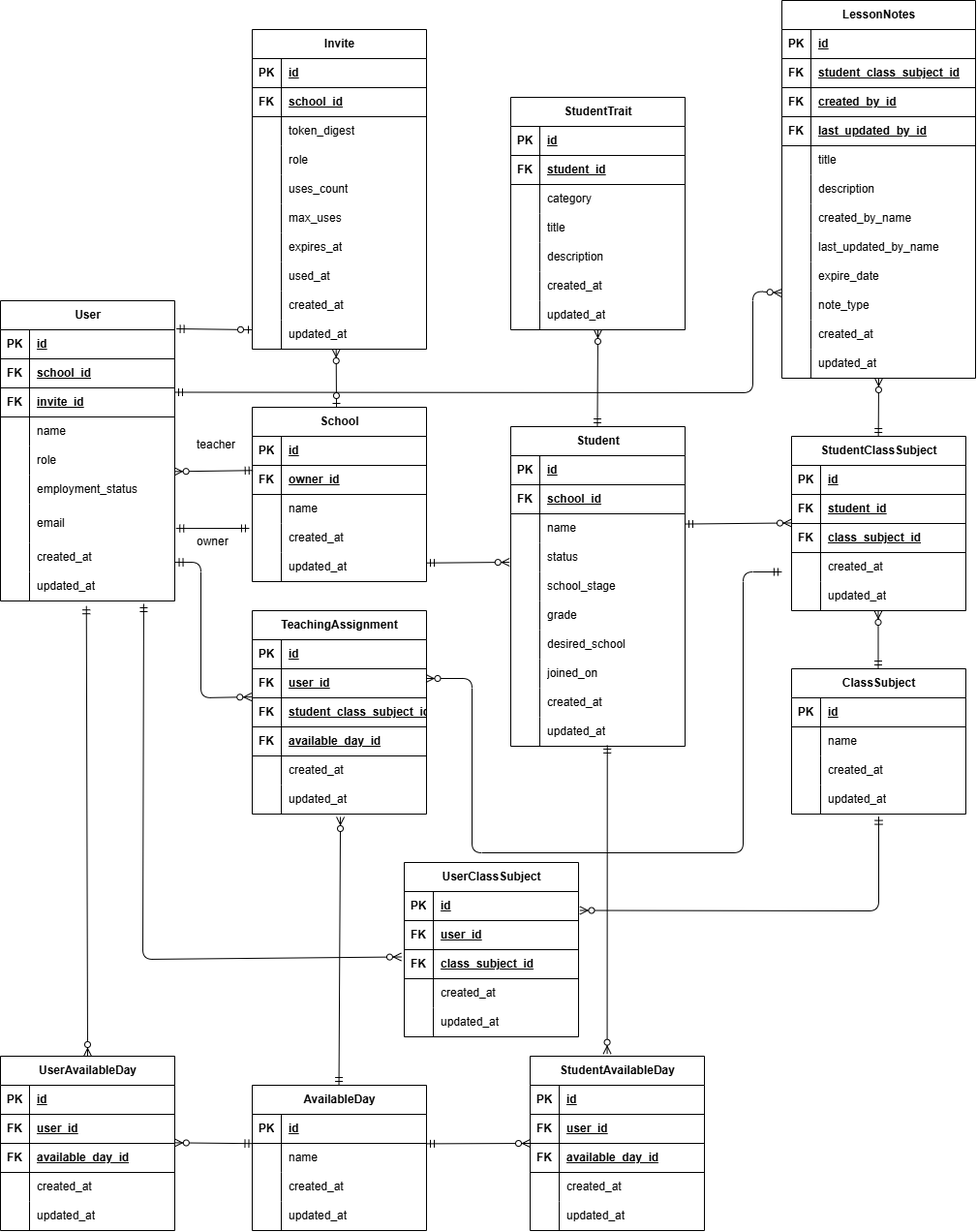
Taira0222/juku-cloud keeps this draw.io diagram as assets/ER.png. Above is the earlier version. Source tidied: cells renumbered, new cells last; positions are measured from the earlier drawing's top-left corner, leaving out a move shared by most shapes.
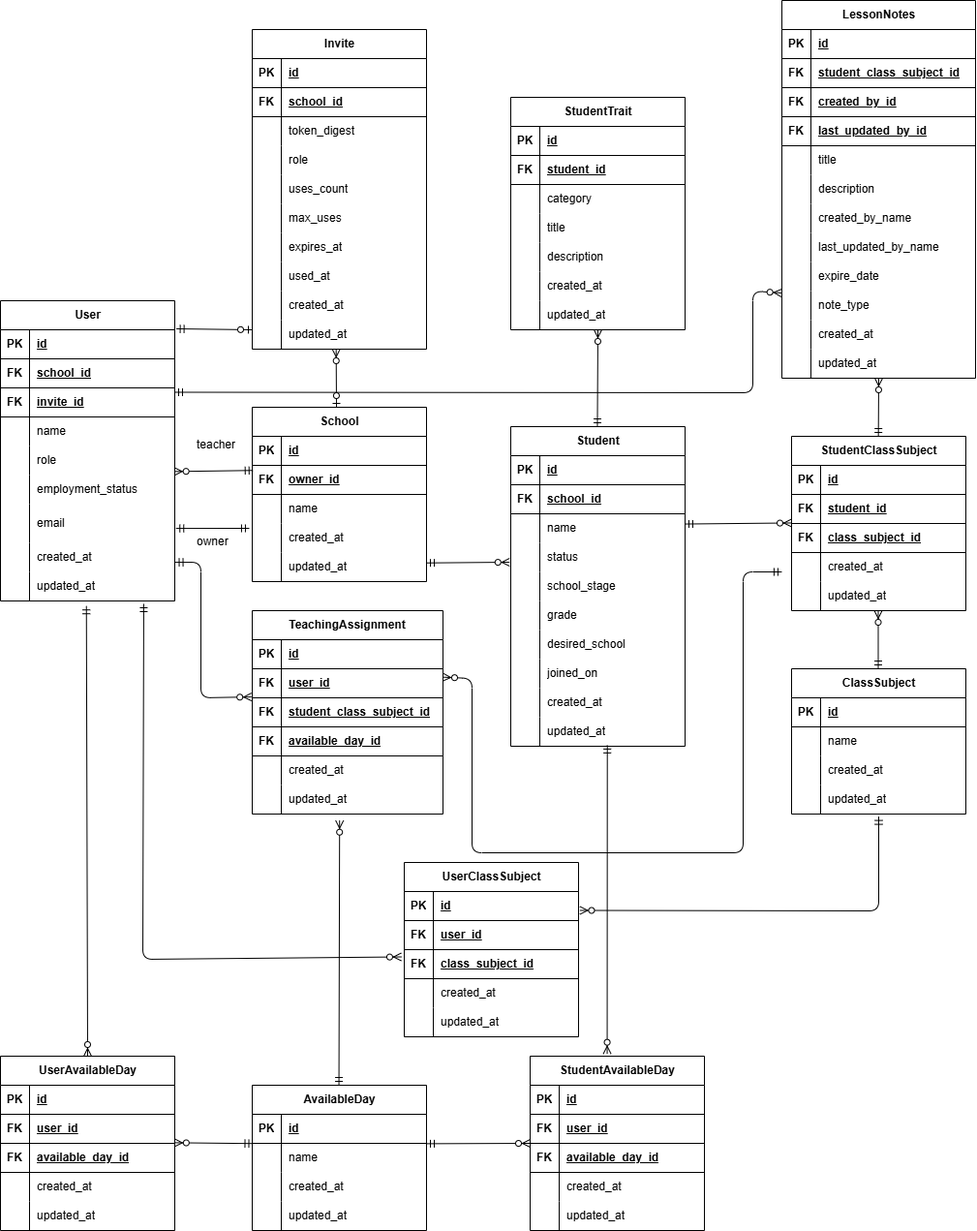
Above is the later version.

Commit message:
技術スタックの作成

What changed in the source:
```diff
@@ -94,9 +94,8 @@
         </Array>
       </mxGeometry>
     </mxCell>
-    <mxCell id="31" style="fontSize=12;html=1;endArrow=ERzeroToMany;startArrow=ERmandOne;entryX=0.997;entryY=0.297;entryDx=0;entryDy=0;entryPerimeter=0;exitX=-0.056;exitY=0.667;exitDx=0;exitDy=0;exitPerimeter=0;" parent="1" edge="1" source="202">
+    <mxCell id="31" style="fontSize=12;html=1;endArrow=ERzeroToMany;startArrow=ERmandOne;entryX=1;entryY=0.289;entryDx=0;entryDy=0;entryPerimeter=0;exitX=-0.056;exitY=0.667;exitDx=0;exitDy=0;exitPerimeter=0;" parent="1" edge="1" source="202" target="145">
       <mxGeometry relative="1" as="geometry">
-        <mxPoint x="439.5" y="700" as="targetPoint" />
         <Array as="points">
           <mxPoint x="767" y="590" />
           <mxPoint x="767" y="880" />
@@ -444,61 +443,61 @@
       <mxGeometry x="197" y="445" width="50" height="30" as="geometry" />
     </mxCell>
     <mxCell id="141" value="&lt;span style=&quot;color: rgb(0, 0, 0);&quot;&gt;TeachingAssignment&lt;/span&gt;" style="shape=table;startSize=30;rowLines=0;fontStyle=1;align=center;html=1;" parent="1" vertex="1">
-      <mxGeometry x="260" y="630" width="180" height="210" as="geometry" />
+      <mxGeometry x="260" y="630" width="197" height="210" as="geometry" />
     </mxCell>
     <mxCell id="142" style="shape=tableRow;horizontal=0;startSize=0;swimlaneHead=0;swimlaneBody=0;fillColor=none;top=0;left=0;right=0;bottom=1;" parent="141" vertex="1">
-      <mxGeometry y="30" width="180" height="30" as="geometry" />
+      <mxGeometry y="30" width="197" height="30" as="geometry" />
     </mxCell>
     <mxCell id="143" value="PK" style="shape=partialRectangle;fillColor=none;top=0;left=0;bottom=0;right=0;fontStyle=1;overflow=hidden;whiteSpace=wrap;html=1;" parent="142" vertex="1">
       <mxGeometry width="30" height="30" as="geometry" />
     </mxCell>
     <mxCell id="144" value="id" style="shape=partialRectangle;fillColor=none;top=0;left=0;bottom=0;right=0;align=left;spacingLeft=6;fontStyle=5;overflow=hidden;whiteSpace=wrap;html=1;" parent="142" vertex="1">
-      <mxGeometry x="30" width="150" height="30" as="geometry" />
+      <mxGeometry x="30" width="167" height="30" as="geometry" />
     </mxCell>
     <mxCell id="145" style="shape=tableRow;horizontal=0;startSize=0;swimlaneHead=0;swimlaneBody=0;fillColor=none;points=[[0,0.5],[1,0.5]];portConstraint=eastwest;top=0;left=0;right=0;bottom=1;" parent="141" vertex="1">
-      <mxGeometry y="60" width="180" height="30" as="geometry" />
+      <mxGeometry y="60" width="197" height="30" as="geometry" />
     </mxCell>
     <mxCell id="146" value="FK" style="shape=partialRectangle;fillColor=none;top=0;left=0;bottom=0;right=0;fontStyle=1;overflow=hidden;whiteSpace=wrap;html=1;" parent="145" vertex="1">
       <mxGeometry width="30" height="30" as="geometry" />
     </mxCell>
     <mxCell id="147" value="user_id" style="shape=partialRectangle;fillColor=none;top=0;left=0;bottom=0;right=0;align=left;spacingLeft=6;fontStyle=5;overflow=hidden;whiteSpace=wrap;html=1;" parent="145" vertex="1">
-      <mxGeometry x="30" width="150" height="30" as="geometry" />
+      <mxGeometry x="30" width="167" height="30" as="geometry" />
     </mxCell>
     <mxCell id="148" style="shape=tableRow;horizontal=0;startSize=0;swimlaneHead=0;swimlaneBody=0;fillColor=none;points=[[0,0.5],[1,0.5]];portConstraint=eastwest;top=0;left=0;right=0;bottom=1;" parent="141" vertex="1">
-      <mxGeometry y="90" width="180" height="30" as="geometry" />
+      <mxGeometry y="90" width="197" height="30" as="geometry" />
     </mxCell>
     <mxCell id="149" value="FK" style="shape=partialRectangle;fillColor=none;top=0;left=0;bottom=0;right=0;fontStyle=1;overflow=hidden;whiteSpace=wrap;html=1;" parent="148" vertex="1">
       <mxGeometry width="30" height="30" as="geometry" />
     </mxCell>
     <mxCell id="150" value="student_class_subject_id" style="shape=partialRectangle;fillColor=none;top=0;left=0;bottom=0;right=0;align=left;spacingLeft=6;fontStyle=5;overflow=hidden;whiteSpace=wrap;html=1;" parent="148" vertex="1">
-      <mxGeometry x="30" width="150" height="30" as="geometry" />
+      <mxGeometry x="30" width="167" height="30" as="geometry" />
     </mxCell>
     <mxCell id="151" style="shape=tableRow;horizontal=0;startSize=0;swimlaneHead=0;swimlaneBody=0;fillColor=none;top=0;left=0;right=0;bottom=1;" parent="141" vertex="1">
-      <mxGeometry y="120" width="180" height="30" as="geometry" />
+      <mxGeometry y="120" width="197" height="30" as="geometry" />
     </mxCell>
     <mxCell id="152" value="FK" style="shape=partialRectangle;fillColor=none;top=0;left=0;bottom=0;right=0;fontStyle=1;overflow=hidden;whiteSpace=wrap;html=1;" parent="151" vertex="1">
       <mxGeometry width="30" height="30" as="geometry" />
     </mxCell>
     <mxCell id="153" value="available_day_id" style="shape=partialRectangle;fillColor=none;top=0;left=0;bottom=0;right=0;align=left;spacingLeft=6;fontStyle=5;overflow=hidden;whiteSpace=wrap;html=1;" parent="151" vertex="1">
-      <mxGeometry x="30" width="150" height="30" as="geometry" />
+      <mxGeometry x="30" width="167" height="30" as="geometry" />
     </mxCell>
     <mxCell id="154" style="shape=tableRow;horizontal=0;startSize=0;swimlaneHead=0;swimlaneBody=0;fillColor=none;top=0;left=0;right=0;bottom=0;" parent="141" vertex="1">
-      <mxGeometry y="150" width="180" height="30" as="geometry" />
+      <mxGeometry y="150" width="197" height="30" as="geometry" />
     </mxCell>
     <mxCell id="155" style="shape=partialRectangle;fillColor=none;top=0;left=0;bottom=0;right=0;overflow=hidden;whiteSpace=wrap;html=1;" parent="154" vertex="1">
       <mxGeometry width="30" height="30" as="geometry" />
     </mxCell>
     <mxCell id="156" value="&lt;span style=&quot;color: rgb(0, 0, 0);&quot;&gt;created_at&lt;/span&gt;" style="shape=partialRectangle;fillColor=none;top=0;left=0;bottom=0;right=0;align=left;spacingLeft=6;overflow=hidden;whiteSpace=wrap;html=1;" parent="154" vertex="1">
-      <mxGeometry x="30" width="150" height="30" as="geometry" />
+      <mxGeometry x="30" width="167" height="30" as="geometry" />
     </mxCell>
     <mxCell id="157" style="shape=tableRow;horizontal=0;startSize=0;swimlaneHead=0;swimlaneBody=0;fillColor=none;points=[[0,0.5],[1,0.5]];portConstraint=eastwest;top=0;left=0;right=0;bottom=0;" parent="141" vertex="1">
-      <mxGeometry y="180" width="180" height="30" as="geometry" />
+      <mxGeometry y="180" width="197" height="30" as="geometry" />
     </mxCell>
     <mxCell id="158" style="shape=partialRectangle;fillColor=none;top=0;left=0;bottom=0;right=0;overflow=hidden;whiteSpace=wrap;html=1;" parent="157" vertex="1">
       <mxGeometry width="30" height="30" as="geometry" />
     </mxCell>
     <mxCell id="159" value="&lt;span style=&quot;color: rgb(0, 0, 0);&quot;&gt;updated_at&lt;/span&gt;" style="shape=partialRectangle;fillColor=none;top=0;left=0;bottom=0;right=0;align=left;spacingLeft=6;overflow=hidden;whiteSpace=wrap;html=1;" parent="157" vertex="1">
-      <mxGeometry x="30" width="150" height="30" as="geometry" />
+      <mxGeometry x="30" width="167" height="30" as="geometry" />
     </mxCell>
     <mxCell id="160" value="&lt;span style=&quot;color: rgb(0, 0, 0);&quot;&gt;School&lt;/span&gt;" style="shape=table;startSize=30;rowLines=0;fontStyle=1;align=center;html=1;" parent="1" vertex="1">
       <mxGeometry x="260" y="420" width="180" height="180" as="geometry" />
@@ -934,7 +933,7 @@
         <mxPoint x="907" y="390" as="targetPoint" />
       </mxGeometry>
     </mxCell>
-    <mxCell id="295" style="fontSize=12;html=1;endArrow=ERzeroToMany;startArrow=ERmandOne;exitX=1.022;exitY=0.522;exitDx=0;exitDy=0;exitPerimeter=0;entryX=0.506;entryY=1.1;entryDx=0;entryDy=0;entryPerimeter=0;" parent="1" edge="1" target="157">
+    <mxCell id="295" style="fontSize=12;html=1;endArrow=ERzeroToMany;startArrow=ERmandOne;exitX=1.022;exitY=0.522;exitDx=0;exitDy=0;exitPerimeter=0;entryX=0.458;entryY=1.224;entryDx=0;entryDy=0;entryPerimeter=0;" parent="1" edge="1" target="157">
       <mxGeometry relative="1" as="geometry">
         <mxPoint x="349.5" y="1120" as="sourcePoint" />
       </mxGeometry>
```
